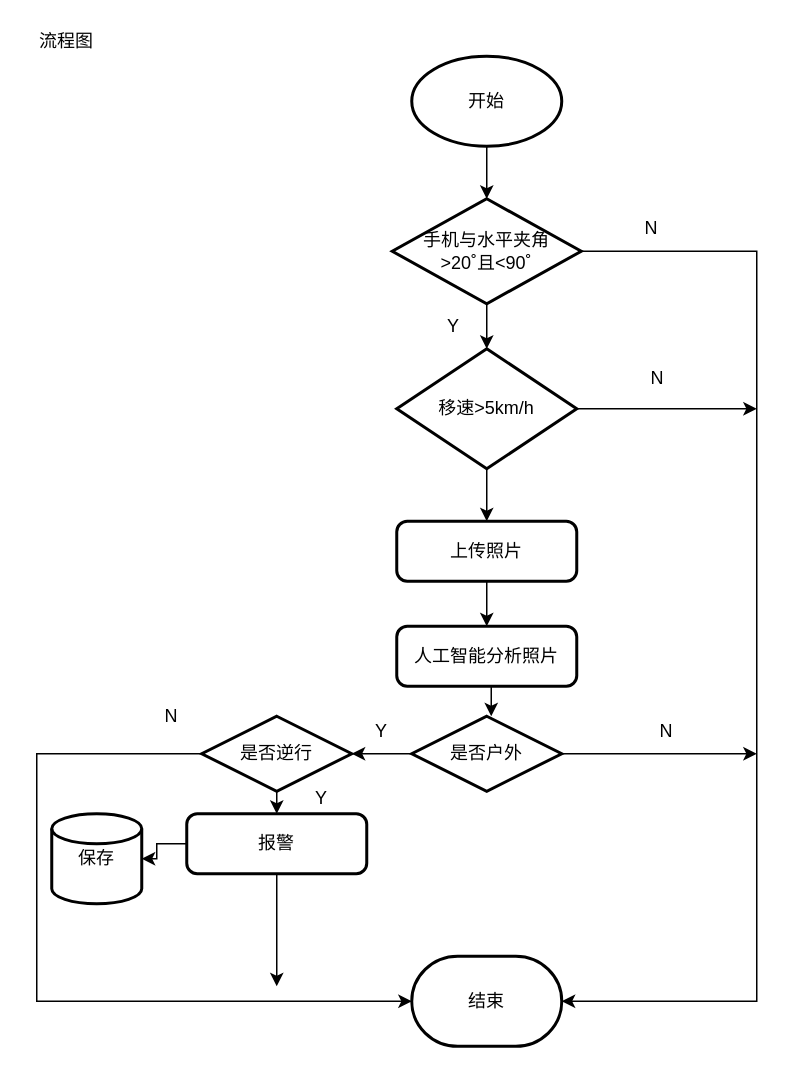
NeverMore2023/sunos keeps this draw.io diagram as 流程图.drawio. Above is the earlier version. Source tidied: cells renumbered, new cells numbered last; positions are measured from the earlier drawing's top-left corner, leaving out a move shared by most shapes. Both pictures are drawn from the tidied source at 150%, with x=0, y=0 at pixel (36, 26).
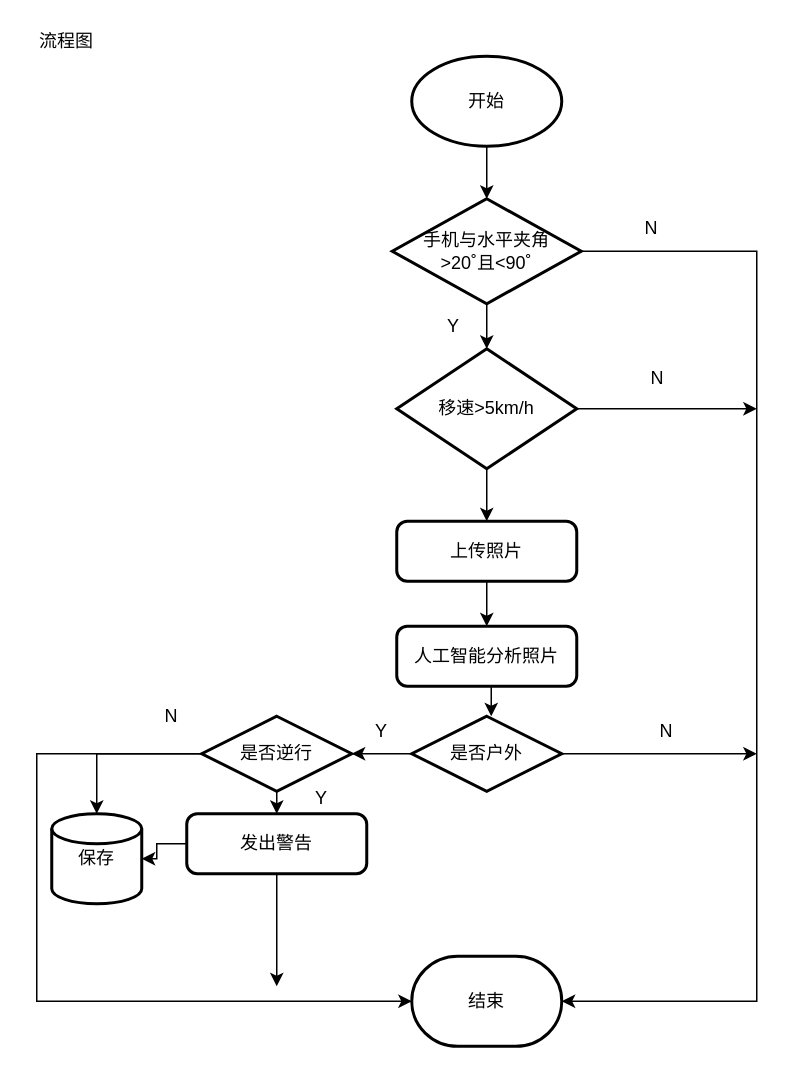
The same page after the edit.

The change refers to these unchanged cells:
```xml
<mxCell id="27" value="是否逆行" style="strokeWidth=2;html=1;shape=mxgraph.flowchart.decision;whiteSpace=wrap;gradientColor=none;" parent="1" vertex="1">
  <mxGeometry x="110" y="460" width="100" height="50" as="geometry" />
</mxCell>
<mxCell id="29" value="保存" style="strokeWidth=2;html=1;shape=mxgraph.flowchart.database;whiteSpace=wrap;gradientColor=none;" parent="1" vertex="1">
  <mxGeometry x="10" y="525" width="60" height="60" as="geometry" />
</mxCell>
```

The edit, as a diff of the source:
```diff
@@
+    <mxCell id="35" style="edgeStyle=orthogonalEdgeStyle;rounded=0;jettySize=auto;html=1;exitX=0;exitY=0.5;exitDx=0;exitDy=0;exitPerimeter=0;" parent="1" edge="1" source="27" target="29">
+      <mxGeometry relative="1" as="geometry" />
+    </mxCell>
@@
-    <mxCell id="32" value="报警" style="rounded=1;whiteSpace=wrap;html=1;absoluteArcSize=1;arcSize=14;strokeWidth=2;gradientColor=none;" parent="1" vertex="1">
+    <mxCell id="32" value="发出警告" style="rounded=1;whiteSpace=wrap;html=1;absoluteArcSize=1;arcSize=14;strokeWidth=2;gradientColor=none;" parent="1" vertex="1">
       <mxGeometry x="100" y="525" width="120" height="40" as="geometry" />
     </mxCell>
```
